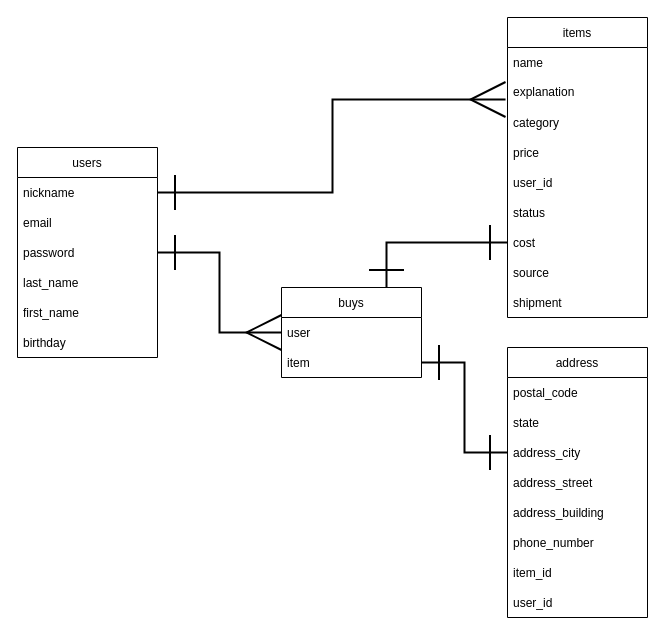
The draw.io diagram ER .dio in hk5232/furima-37768, before the edit. Source tidied: cells renumbered, new cells numbered last; positions are measured from the earlier drawing's top-left corner, leaving out a move shared by most shapes. Both pictures are drawn from the tidied source at 100%, with x=0, y=0 at pixel (17, 17).
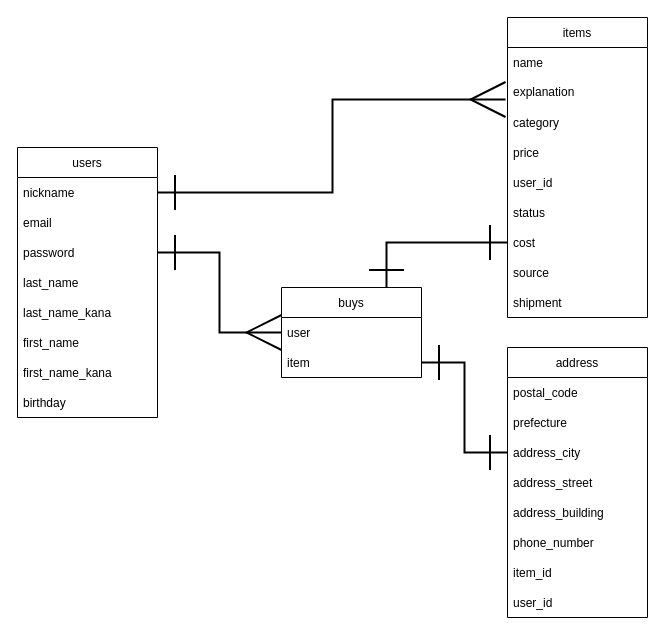
The same diagram, later.

Commit message (it also covers changes not shown here):
データベース設計修正２

The change refers to these unchanged cells:
```xml
<mxCell id="19" value="address" style="swimlane;fontStyle=0;horizontal=1;startSize=30;" parent="1" vertex="1">
  <mxGeometry x="490" y="330" width="140" height="270" as="geometry" />
</mxCell>
```

Change to the diagram source:
```diff
@@
     <mxCell id="2" value="users" style="swimlane;fontStyle=0;horizontal=1;startSize=30;" parent="1" vertex="1">
-      <mxGeometry y="130" width="140" height="210" as="geometry" />
+      <mxGeometry y="130" width="140" height="270" as="geometry" />
     </mxCell>
@@
+    <mxCell id="35" value="last_name_kana" style="text;strokeColor=none;fillColor=none;align=left;verticalAlign=middle;spacingLeft=4;spacingRight=4;overflow=hidden;" parent="2" vertex="1">
+      <mxGeometry y="150" width="140" height="30" as="geometry" />
+    </mxCell>
     <mxCell id="7" value="first_name" style="text;strokeColor=none;fillColor=none;align=left;verticalAlign=middle;spacingLeft=4;spacingRight=4;overflow=hidden;" parent="2" vertex="1">
-      <mxGeometry y="150" width="140" height="30" as="geometry" />
+      <mxGeometry y="180" width="140" height="30" as="geometry" />
     </mxCell>
+    <mxCell id="36" value="first_name_kana" style="text;strokeColor=none;fillColor=none;align=left;verticalAlign=middle;spacingLeft=4;spacingRight=4;overflow=hidden;" parent="2" vertex="1">
+      <mxGeometry y="210" width="140" height="30" as="geometry" />
+    </mxCell>
     <mxCell id="8" value="birthday" style="text;strokeColor=none;fillColor=none;align=left;verticalAlign=middle;spacingLeft=4;spacingRight=4;overflow=hidden;" parent="2" vertex="1">
-      <mxGeometry y="180" width="140" height="30" as="geometry" />
+      <mxGeometry y="240" width="140" height="30" as="geometry" />
     </mxCell>
@@
-    <mxCell id="21" value="state" style="text;strokeColor=none;fillColor=none;align=left;verticalAlign=middle;spacingLeft=4;spacingRight=4;overflow=hidden;" parent="19" vertex="1">
+    <mxCell id="21" value="prefecture" style="text;strokeColor=none;fillColor=none;align=left;verticalAlign=middle;spacingLeft=4;spacingRight=4;overflow=hidden;" parent="19" vertex="1">
       <mxGeometry y="60" width="140" height="30" as="geometry" />
     </mxCell>
```
